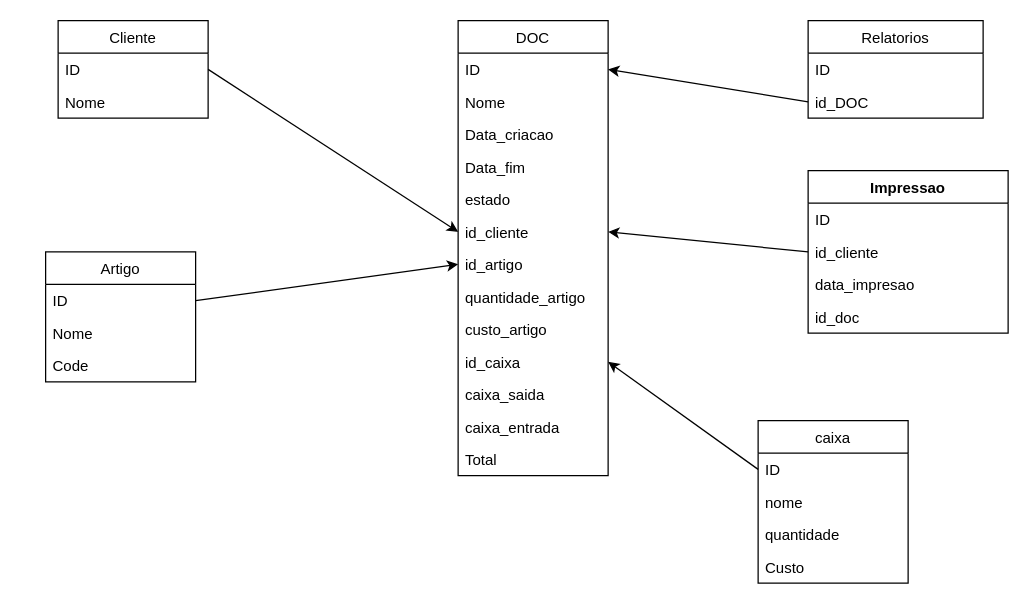
The draw.io diagram docs/MD_fruit_LL.drawio in lmaia-22/Fruit_luggage, before the edit. Source tidied: cells renumbered, new cells numbered last; positions are measured from the earlier drawing's top-left corner, leaving out a move shared by most shapes. Both pictures are drawn from the tidied source at 125%, with x=0, y=0 at pixel (45, 20).
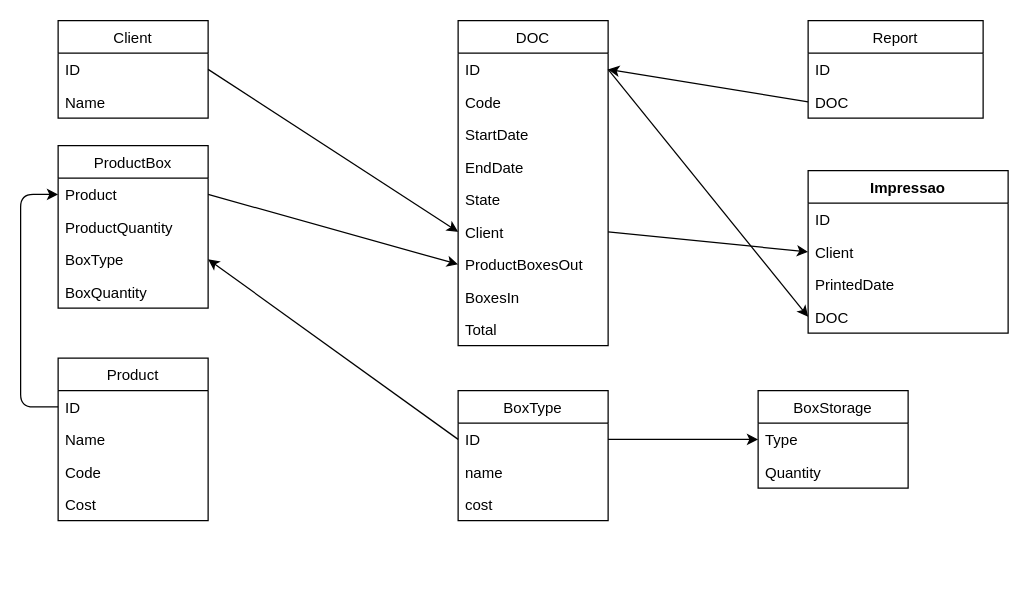
Above is the later version.

Unchanged cells that the change refers to:
```xml
<mxCell id="8" value="ID" style="text;strokeColor=none;fillColor=none;align=left;verticalAlign=top;spacingLeft=4;spacingRight=4;overflow=hidden;points=[[0,0.5],[1,0.5]];portConstraint=eastwest;" parent="7" vertex="1">
  <mxGeometry y="26" width="120" height="26" as="geometry" />
</mxCell>
<mxCell id="29" value="Impressao" style="swimlane;fontStyle=1;align=center;verticalAlign=top;horizontal=1;startSize=26;" parent="1" vertex="1">
  <mxGeometry x="610" y="120" width="160" height="130" as="geometry" />
</mxCell>
<mxCell id="37" value="ID" style="text;strokeColor=none;fillColor=none;align=left;verticalAlign=top;spacingLeft=4;spacingRight=4;overflow=hidden;points=[[0,0.5],[1,0.5]];portConstraint=eastwest;" parent="36" vertex="1">
  <mxGeometry y="26" width="120" height="26" as="geometry" />
</mxCell>
```

The edit, as a diff of the source:
```diff
@@
-    <mxCell id="2" value="Cliente" style="swimlane;fontStyle=0;horizontal=1;startSize=26;fillColor=none;" parent="1" vertex="1">
+    <mxCell id="2" value="Client" style="swimlane;fontStyle=0;horizontal=1;startSize=26;fillColor=none;" parent="1" vertex="1">
       <mxGeometry x="10" width="120" height="78" as="geometry" />
     </mxCell>
@@
-    <mxCell id="4" value="Nome" style="text;strokeColor=none;fillColor=none;align=left;verticalAlign=top;spacingLeft=4;spacingRight=4;overflow=hidden;" parent="2" vertex="1">
+    <mxCell id="4" value="Name" style="text;strokeColor=none;fillColor=none;align=left;verticalAlign=top;spacingLeft=4;spacingRight=4;overflow=hidden;" parent="2" vertex="1">
       <mxGeometry y="52" width="120" height="26" as="geometry" />
     </mxCell>
@@
-    <mxCell id="6" style="endArrow=classic;html=1;exitX=1;exitY=0.5;exitDx=0;exitDy=0;entryX=0;entryY=0.5;entryDx=0;entryDy=0;" parent="1" edge="1" source="37" target="14">
-      <mxGeometry relative="1" as="geometry" />
+    <mxCell id="6" style="endArrow=classic;html=1;exitX=0;exitY=0.5;exitDx=0;exitDy=0;entryX=0;entryY=0.5;entryDx=0;entryDy=0;" parent="1" edge="1" source="37" target="45">
+      <mxGeometry relative="1" as="geometry">
+        <Array as="points">
+          <mxPoint x="-20" y="309" />
+          <mxPoint x="-20" y="139" />
+        </Array>
+      </mxGeometry>
     </mxCell>
     <mxCell id="7" value="DOC" style="swimlane;fontStyle=0;horizontal=1;startSize=26;fillColor=none;" parent="1" vertex="1">
-      <mxGeometry x="330" width="120" height="364" as="geometry" />
+      <mxGeometry x="330" width="120" height="260" as="geometry" />
     </mxCell>
@@
-    <mxCell id="9" value="Nome" style="text;strokeColor=none;fillColor=none;align=left;verticalAlign=top;spacingLeft=4;spacingRight=4;overflow=hidden;" parent="7" vertex="1">
+    <mxCell id="9" value="Code" style="text;strokeColor=none;fillColor=none;align=left;verticalAlign=top;spacingLeft=4;spacingRight=4;overflow=hidden;" parent="7" vertex="1">
       <mxGeometry y="52" width="120" height="26" as="geometry" />
     </mxCell>
-    <mxCell id="10" value="Data_criacao" style="text;strokeColor=none;fillColor=none;align=left;verticalAlign=top;spacingLeft=4;spacingRight=4;overflow=hidden;" parent="7" vertex="1">
+    <mxCell id="10" value="StartDate" style="text;strokeColor=none;fillColor=none;align=left;verticalAlign=top;spacingLeft=4;spacingRight=4;overflow=hidden;" parent="7" vertex="1">
       <mxGeometry y="78" width="120" height="26" as="geometry" />
     </mxCell>
-    <mxCell id="11" value="Data_fim" style="text;strokeColor=none;fillColor=none;align=left;verticalAlign=top;spacingLeft=4;spacingRight=4;overflow=hidden;" parent="7" vertex="1">
+    <mxCell id="11" value="EndDate" style="text;strokeColor=none;fillColor=none;align=left;verticalAlign=top;spacingLeft=4;spacingRight=4;overflow=hidden;" parent="7" vertex="1">
       <mxGeometry y="104" width="120" height="26" as="geometry" />
     </mxCell>
-    <mxCell id="12" value="estado" style="text;strokeColor=none;fillColor=none;align=left;verticalAlign=top;spacingLeft=4;spacingRight=4;overflow=hidden;" parent="7" vertex="1">
+    <mxCell id="12" value="State" style="text;strokeColor=none;fillColor=none;align=left;verticalAlign=top;spacingLeft=4;spacingRight=4;overflow=hidden;" parent="7" vertex="1">
       <mxGeometry y="130" width="120" height="26" as="geometry" />
     </mxCell>
-    <mxCell id="13" value="id_cliente" style="text;strokeColor=none;fillColor=none;align=left;verticalAlign=top;spacingLeft=4;spacingRight=4;overflow=hidden;points=[[0,0.5],[1,0.5]];portConstraint=eastwest;" parent="7" vertex="1">
+    <mxCell id="13" value="Client" style="text;strokeColor=none;fillColor=none;align=left;verticalAlign=top;spacingLeft=4;spacingRight=4;overflow=hidden;points=[[0,0.5],[1,0.5]];portConstraint=eastwest;" parent="7" vertex="1">
       <mxGeometry y="156" width="120" height="26" as="geometry" />
     </mxCell>
-    <mxCell id="14" value="id_artigo" style="text;strokeColor=none;fillColor=none;align=left;verticalAlign=top;spacingLeft=4;spacingRight=4;overflow=hidden;points=[[0,0.5],[1,0.5]];portConstraint=eastwest;" parent="7" vertex="1">
+    <mxCell id="14" value="ProductBoxesOut" style="text;strokeColor=none;fillColor=none;align=left;verticalAlign=top;spacingLeft=4;spacingRight=4;overflow=hidden;points=[[0,0.5],[1,0.5]];portConstraint=eastwest;" parent="7" vertex="1">
       <mxGeometry y="182" width="120" height="26" as="geometry" />
     </mxCell>
-    <mxCell id="15" value="quantidade_artigo" style="text;strokeColor=none;fillColor=none;align=left;verticalAlign=top;spacingLeft=4;spacingRight=4;overflow=hidden;" parent="7" vertex="1">
+    <mxCell id="15" value="BoxesIn" style="text;strokeColor=none;fillColor=none;align=left;verticalAlign=top;spacingLeft=4;spacingRight=4;overflow=hidden;" parent="7" vertex="1">
       <mxGeometry y="208" width="120" height="26" as="geometry" />
     </mxCell>
-    <mxCell id="16" value="custo_artigo" style="text;strokeColor=none;fillColor=none;align=left;verticalAlign=top;spacingLeft=4;spacingRight=4;overflow=hidden;" parent="7" vertex="1">
-      <mxGeometry y="234" width="120" height="26" as="geometry" />
-    </mxCell>
-    <mxCell id="17" value="id_caixa" style="text;strokeColor=none;fillColor=none;align=left;verticalAlign=top;spacingLeft=4;spacingRight=4;overflow=hidden;points=[[0,0.5],[1,0.5]];portConstraint=eastwest;" parent="7" vertex="1">
-      <mxGeometry y="260" width="120" height="26" as="geometry" />
-    </mxCell>
-    <mxCell id="18" value="caixa_saida" style="text;strokeColor=none;fillColor=none;align=left;verticalAlign=top;spacingLeft=4;spacingRight=4;overflow=hidden;" parent="7" vertex="1">
-      <mxGeometry y="286" width="120" height="26" as="geometry" />
-    </mxCell>
-    <mxCell id="19" value="caixa_entrada" style="text;strokeColor=none;fillColor=none;align=left;verticalAlign=top;spacingLeft=4;spacingRight=4;overflow=hidden;" parent="7" vertex="1">
-      <mxGeometry y="312" width="120" height="26" as="geometry" />
-    </mxCell>
     <mxCell id="20" value="Total" style="text;strokeColor=none;fillColor=none;align=left;verticalAlign=top;spacingLeft=4;spacingRight=4;overflow=hidden;" parent="7" vertex="1">
-      <mxGeometry y="338" width="120" height="26" as="geometry" />
+      <mxGeometry y="234" width="120" height="26" as="geometry" />
     </mxCell>
-    <mxCell id="21" value="caixa" style="swimlane;fontStyle=0;horizontal=1;startSize=26;fillColor=none;" parent="1" vertex="1">
-      <mxGeometry x="570" y="320" width="120" height="130" as="geometry" />
-    </mxCell>
-    <mxCell id="22" value="ID" style="text;strokeColor=none;fillColor=none;align=left;verticalAlign=top;spacingLeft=4;spacingRight=4;overflow=hidden;points=[[0,0.5],[1,0.5]];portConstraint=eastwest;" parent="21" vertex="1">
-      <mxGeometry y="26" width="120" height="26" as="geometry" />
-    </mxCell>
-    <mxCell id="23" value="nome" style="text;strokeColor=none;fillColor=none;align=left;verticalAlign=top;spacingLeft=4;spacingRight=4;overflow=hidden;" parent="21" vertex="1">
-      <mxGeometry y="52" width="120" height="26" as="geometry" />
-    </mxCell>
-    <mxCell id="24" value="quantidade" style="text;strokeColor=none;fillColor=none;align=left;verticalAlign=top;spacingLeft=4;spacingRight=4;overflow=hidden;" parent="21" vertex="1">
-      <mxGeometry y="78" width="120" height="26" as="geometry" />
-    </mxCell>
-    <mxCell id="25" value="Custo" style="text;strokeColor=none;fillColor=none;align=left;verticalAlign=top;spacingLeft=4;spacingRight=4;overflow=hidden;" parent="21" vertex="1">
-      <mxGeometry y="104" width="120" height="26" as="geometry" />
-    </mxCell>
-    <mxCell id="26" value="Relatorios" style="swimlane;fontStyle=0;horizontal=1;startSize=26;fillColor=none;" parent="1" vertex="1">
+    <mxCell id="26" value="Report" style="swimlane;fontStyle=0;horizontal=1;startSize=26;fillColor=none;" parent="1" vertex="1">
       <mxGeometry x="610" width="140" height="78" as="geometry" />
     </mxCell>
@@
-    <mxCell id="28" value="id_DOC" style="text;strokeColor=none;fillColor=none;align=left;verticalAlign=top;spacingLeft=4;spacingRight=4;overflow=hidden;points=[[0,0.5],[1,0.5]];portConstraint=eastwest;" parent="26" vertex="1">
+    <mxCell id="28" value="DOC" style="text;strokeColor=none;fillColor=none;align=left;verticalAlign=top;spacingLeft=4;spacingRight=4;overflow=hidden;points=[[0,0.5],[1,0.5]];portConstraint=eastwest;" parent="26" vertex="1">
       <mxGeometry y="52" width="140" height="26" as="geometry" />
     </mxCell>
@@
-    <mxCell id="31" value="id_cliente" style="text;strokeColor=none;fillColor=none;align=left;verticalAlign=top;spacingLeft=4;spacingRight=4;overflow=hidden;points=[[0,0.5],[1,0.5]];portConstraint=eastwest;" parent="29" vertex="1">
+    <mxCell id="31" value="Client" style="text;strokeColor=none;fillColor=none;align=left;verticalAlign=top;spacingLeft=4;spacingRight=4;overflow=hidden;points=[[0,0.5],[1,0.5]];portConstraint=eastwest;" parent="29" vertex="1">
       <mxGeometry y="52" width="160" height="26" as="geometry" />
     </mxCell>
-    <mxCell id="32" value="data_impresao" style="text;strokeColor=none;fillColor=none;align=left;verticalAlign=top;spacingLeft=4;spacingRight=4;overflow=hidden;" parent="29" vertex="1">
+    <mxCell id="32" value="PrintedDate" style="text;strokeColor=none;fillColor=none;align=left;verticalAlign=top;spacingLeft=4;spacingRight=4;overflow=hidden;" parent="29" vertex="1">
       <mxGeometry y="78" width="160" height="26" as="geometry" />
     </mxCell>
-    <mxCell id="33" value="id_doc" style="text;strokeColor=none;fillColor=none;align=left;verticalAlign=top;spacingLeft=4;spacingRight=4;overflow=hidden;points=[[0,0.5],[1,0.5]];portConstraint=eastwest;" parent="29" vertex="1">
+    <mxCell id="33" value="DOC" style="text;strokeColor=none;fillColor=none;align=left;verticalAlign=top;spacingLeft=4;spacingRight=4;overflow=hidden;points=[[0,0.5],[1,0.5]];portConstraint=eastwest;" parent="29" vertex="1">
       <mxGeometry y="104" width="160" height="26" as="geometry" />
     </mxCell>
-    <mxCell id="34" style="endArrow=classic;html=1;exitX=0;exitY=0.5;exitDx=0;exitDy=0;entryX=1;entryY=0.5;entryDx=0;entryDy=0;" parent="1" edge="1" source="31" target="13">
+    <mxCell id="34" style="endArrow=classic;html=1;exitX=1;exitY=0.5;exitDx=0;exitDy=0;entryX=0;entryY=0.5;entryDx=0;entryDy=0;" parent="1" edge="1" source="13" target="31">
       <mxGeometry relative="1" as="geometry" />
     </mxCell>
@@
+    <mxCell id="41" style="endArrow=classic;html=1;entryX=0;entryY=0.5;entryDx=0;entryDy=0;exitX=1;exitY=0.5;exitDx=0;exitDy=0;" parent="1" edge="1" source="22" target="51">
+      <mxGeometry relative="1" as="geometry" />
+    </mxCell>
+    <mxCell id="42" style="endArrow=classic;html=1;exitX=1;exitY=0.5;exitDx=0;exitDy=0;entryX=0;entryY=0.5;entryDx=0;entryDy=0;" parent="1" edge="1" source="8" target="33">
+      <mxGeometry relative="1" as="geometry" />
+    </mxCell>
-    <mxCell id="36" value="Artigo" style="swimlane;fontStyle=0;horizontal=1;startSize=26;fillColor=none;" parent="1" vertex="1">
-      <mxGeometry y="185" width="120" height="104" as="geometry" />
+    <mxCell id="36" value="Product" style="swimlane;fontStyle=0;horizontal=1;startSize=26;fillColor=none;" parent="1" vertex="1">
+      <mxGeometry x="10" y="270" width="120" height="130" as="geometry" />
     </mxCell>
@@
-    <mxCell id="38" value="Nome" style="text;strokeColor=none;fillColor=none;align=left;verticalAlign=top;spacingLeft=4;spacingRight=4;overflow=hidden;" parent="36" vertex="1">
+    <mxCell id="38" value="Name" style="text;strokeColor=none;fillColor=none;align=left;verticalAlign=top;spacingLeft=4;spacingRight=4;overflow=hidden;" parent="36" vertex="1">
       <mxGeometry y="52" width="120" height="26" as="geometry" />
     </mxCell>
@@
-    <mxCell id="40" style="endArrow=classic;html=1;exitX=0;exitY=0.5;exitDx=0;exitDy=0;entryX=1;entryY=0.5;entryDx=0;entryDy=0;" parent="1" edge="1" source="22" target="17">
-      <mxGeometry relative="1" as="geometry" />
-    </mxCell>
+    <mxCell id="43" value="Cost" style="text;strokeColor=none;fillColor=none;align=left;verticalAlign=top;spacingLeft=4;spacingRight=4;overflow=hidden;" parent="36" vertex="1">
+      <mxGeometry y="104" width="120" height="26" as="geometry" />
+    </mxCell>
+    <mxCell id="44" value="ProductBox" style="swimlane;fontStyle=0;horizontal=1;startSize=26;fillColor=none;" parent="1" vertex="1">
+      <mxGeometry x="10" y="100" width="120" height="130" as="geometry" />
+    </mxCell>
+    <mxCell id="45" value="Product" style="text;strokeColor=none;fillColor=none;align=left;verticalAlign=top;spacingLeft=4;spacingRight=4;overflow=hidden;points=[[0,0.5],[1,0.5]];portConstraint=eastwest;" parent="44" vertex="1">
+      <mxGeometry y="26" width="120" height="26" as="geometry" />
+    </mxCell>
+    <mxCell id="46" value="ProductQuantity" style="text;strokeColor=none;fillColor=none;align=left;verticalAlign=top;spacingLeft=4;spacingRight=4;overflow=hidden;" parent="44" vertex="1">
+      <mxGeometry y="52" width="120" height="26" as="geometry" />
+    </mxCell>
+    <mxCell id="47" value="BoxType" style="text;strokeColor=none;fillColor=none;align=left;verticalAlign=top;spacingLeft=4;spacingRight=4;overflow=hidden;points=[[0,0.5],[1,0.5]];portConstraint=eastwest;" parent="44" vertex="1">
+      <mxGeometry y="78" width="120" height="26" as="geometry" />
+    </mxCell>
+    <mxCell id="48" value="BoxQuantity" style="text;strokeColor=none;fillColor=none;align=left;verticalAlign=top;spacingLeft=4;spacingRight=4;overflow=hidden;" parent="44" vertex="1">
+      <mxGeometry y="104" width="120" height="26" as="geometry" />
+    </mxCell>
+    <mxCell id="49" style="endArrow=classic;html=1;exitX=1;exitY=0.5;exitDx=0;exitDy=0;entryX=0;entryY=0.5;entryDx=0;entryDy=0;" parent="1" edge="1" source="45" target="14">
+      <mxGeometry relative="1" as="geometry" />
+    </mxCell>
+    <mxCell id="50" value="BoxStorage" style="swimlane;fontStyle=0;horizontal=1;startSize=26;fillColor=none;" parent="1" vertex="1">
+      <mxGeometry x="570" y="296" width="120" height="78" as="geometry" />
+    </mxCell>
+    <mxCell id="51" value="Type" style="text;strokeColor=none;fillColor=none;align=left;verticalAlign=top;spacingLeft=4;spacingRight=4;overflow=hidden;points=[[0,0.5],[1,0.5]];portConstraint=eastwest;" parent="50" vertex="1">
+      <mxGeometry y="26" width="120" height="26" as="geometry" />
+    </mxCell>
+    <mxCell id="52" value="Quantity" style="text;strokeColor=none;fillColor=none;align=left;verticalAlign=top;spacingLeft=4;spacingRight=4;overflow=hidden;" parent="50" vertex="1">
+      <mxGeometry y="52" width="120" height="26" as="geometry" />
+    </mxCell>
+    <mxCell id="21" value="BoxType" style="swimlane;fontStyle=0;horizontal=1;startSize=26;fillColor=none;" parent="1" vertex="1">
+      <mxGeometry x="330" y="296" width="120" height="104" as="geometry" />
+    </mxCell>
+    <mxCell id="22" value="ID" style="text;strokeColor=none;fillColor=none;align=left;verticalAlign=top;spacingLeft=4;spacingRight=4;overflow=hidden;points=[[0,0.5],[1,0.5]];portConstraint=eastwest;" parent="21" vertex="1">
+      <mxGeometry y="26" width="120" height="26" as="geometry" />
+    </mxCell>
+    <mxCell id="23" value="name" style="text;strokeColor=none;fillColor=none;align=left;verticalAlign=top;spacingLeft=4;spacingRight=4;overflow=hidden;" parent="21" vertex="1">
+      <mxGeometry y="52" width="120" height="26" as="geometry" />
+    </mxCell>
+    <mxCell id="24" value="cost" style="text;strokeColor=none;fillColor=none;align=left;verticalAlign=top;spacingLeft=4;spacingRight=4;overflow=hidden;" parent="21" vertex="1">
+      <mxGeometry y="78" width="120" height="26" as="geometry" />
+    </mxCell>
+    <mxCell id="53" style="endArrow=classic;html=1;entryX=1;entryY=0.5;entryDx=0;entryDy=0;exitX=0;exitY=0.5;exitDx=0;exitDy=0;" parent="1" edge="1" source="22" target="47">
+      <mxGeometry relative="1" as="geometry" />
+    </mxCell>
```
